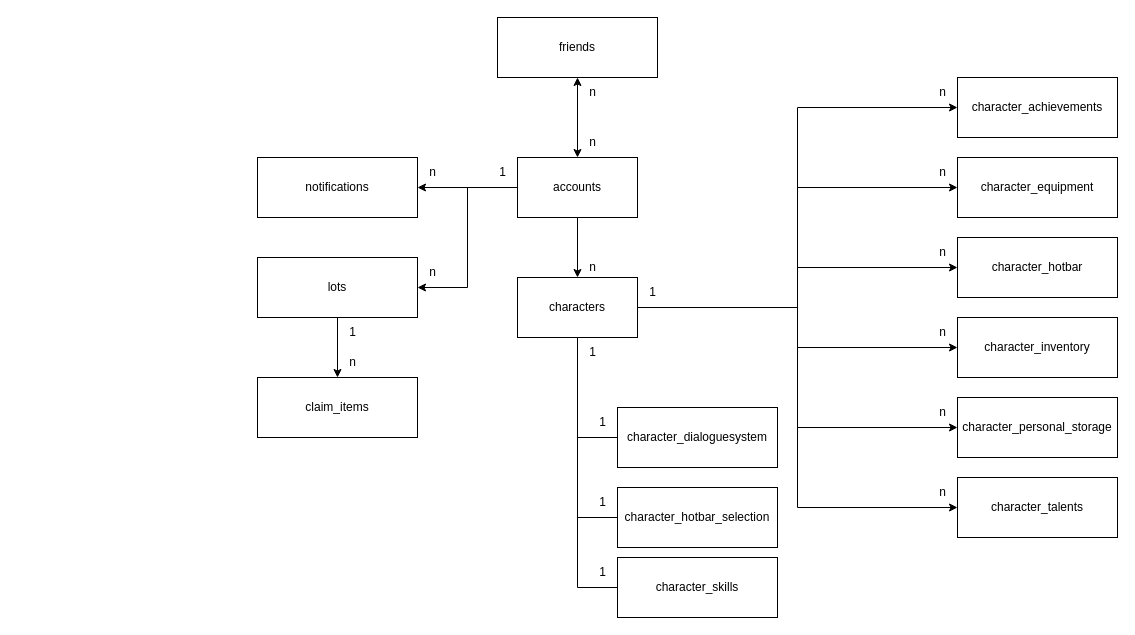
ExtevaXT/Project.web keeps this draw.io diagram as docs/relationship.drawio. Above is the earlier version. Source tidied: cells renumbered, new cells numbered last; positions are measured from the earlier drawing's top-left corner, leaving out a move shared by most shapes. Both pictures are drawn from the tidied source at 100%, with x=0, y=0 at pixel (257, 17).
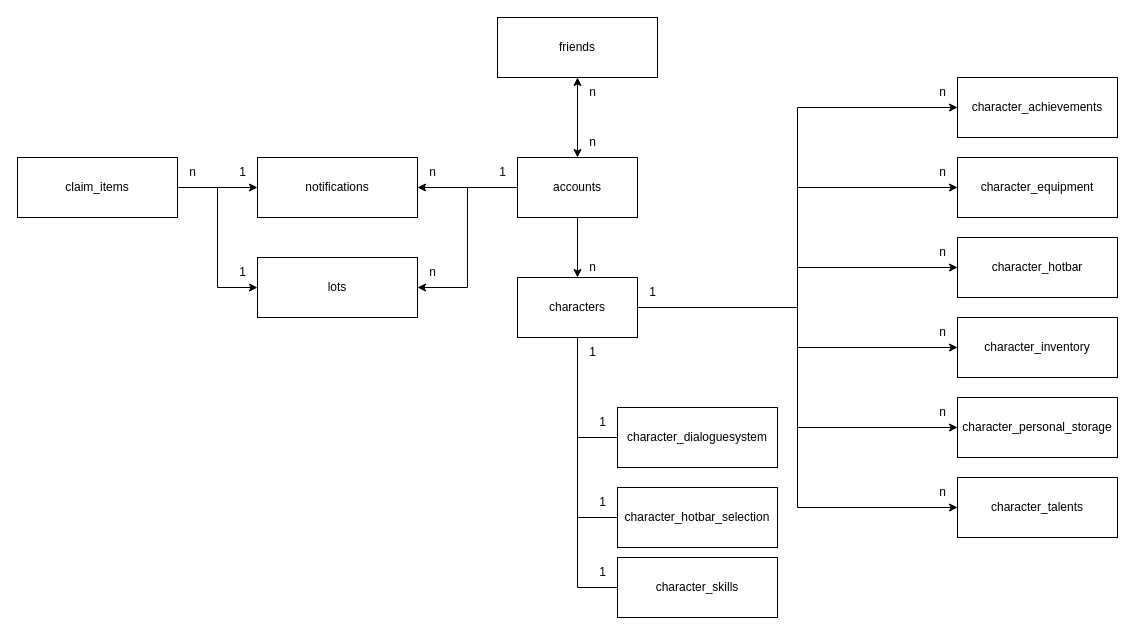
Above is the later version.

Unchanged cells that the change refers to:
```xml
<mxCell id="29" value="lots" style="rounded=0;whiteSpace=wrap;html=1;" parent="1" vertex="1">
  <mxGeometry y="240" width="160" height="60" as="geometry" />
</mxCell>
<mxCell id="30" value="notifications" style="rounded=0;whiteSpace=wrap;html=1;" parent="1" vertex="1">
  <mxGeometry y="140" width="160" height="60" as="geometry" />
</mxCell>
```

Change to the diagram source:
```diff
@@
+    <mxCell id="50" style="edgeStyle=orthogonalEdgeStyle;rounded=0;jettySize=auto;html=1;" parent="1" edge="1" source="26" target="30">
+      <mxGeometry relative="1" as="geometry" />
+    </mxCell>
+    <mxCell id="51" style="edgeStyle=orthogonalEdgeStyle;rounded=0;jettySize=auto;html=1;entryX=0;entryY=0.5;entryDx=0;entryDy=0;" parent="1" edge="1" source="26" target="29">
+      <mxGeometry relative="1" as="geometry" />
+    </mxCell>
     <mxCell id="26" value="claim_items" style="rounded=0;whiteSpace=wrap;html=1;" parent="1" vertex="1">
-      <mxGeometry y="360" width="160" height="60" as="geometry" />
+      <mxGeometry x="-240" y="140" width="160" height="60" as="geometry" />
     </mxCell>
@@
-    <mxCell id="28" style="edgeStyle=orthogonalEdgeStyle;rounded=0;jettySize=auto;html=1;startArrow=none;startFill=0;" parent="1" edge="1" source="29" target="26">
-      <mxGeometry relative="1" as="geometry" />
-    </mxCell>
@@
     <mxCell id="31" value="1" style="text;html=1;align=center;verticalAlign=middle;strokeColor=none;fillColor=none;" parent="1" vertex="1">
-      <mxGeometry x="80" y="300" width="30" height="30" as="geometry" />
+      <mxGeometry x="-30" y="140" width="30" height="30" as="geometry" />
     </mxCell>
@@
     <mxCell id="37" value="n" style="text;html=1;align=center;verticalAlign=middle;strokeColor=none;fillColor=none;" parent="1" vertex="1">
-      <mxGeometry x="80" y="330" width="30" height="30" as="geometry" />
+      <mxGeometry x="-80" y="140" width="30" height="30" as="geometry" />
     </mxCell>
@@
+    <mxCell id="52" value="1" style="text;html=1;align=center;verticalAlign=middle;strokeColor=none;fillColor=none;" parent="1" vertex="1">
+      <mxGeometry x="-30" y="240" width="30" height="30" as="geometry" />
+    </mxCell>
```
